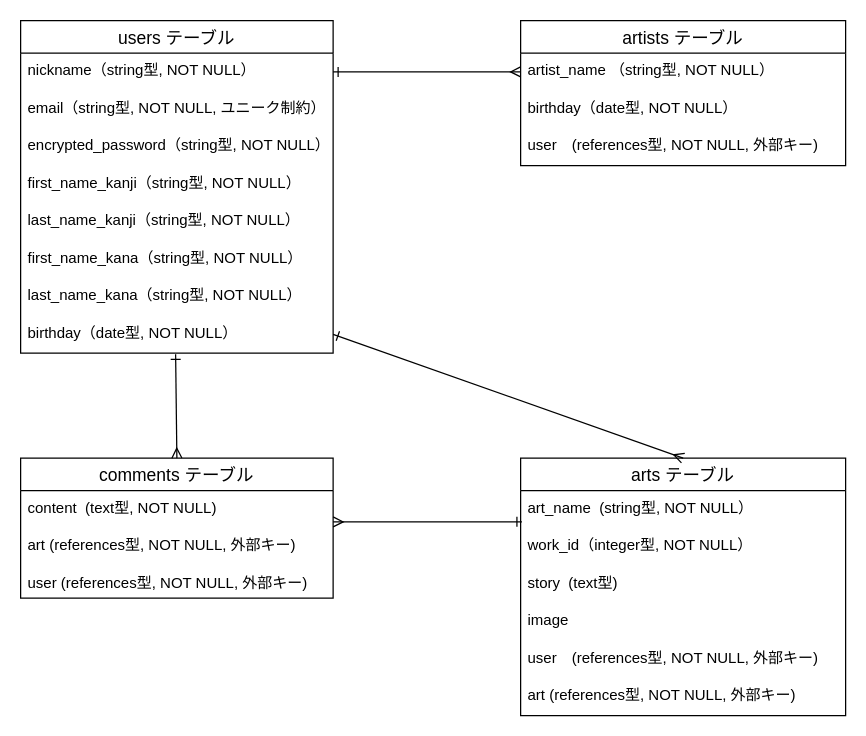
Above: test.dio in Tanaka925/original_app (draw.io), before the change. Source tidied: cells renumbered, new cells numbered last; positions are measured from the earlier drawing's top-left corner, leaving out a move shared by most shapes. Both pictures are drawn from the tidied source at 125%, with x=0, y=0 at pixel (20, 20).
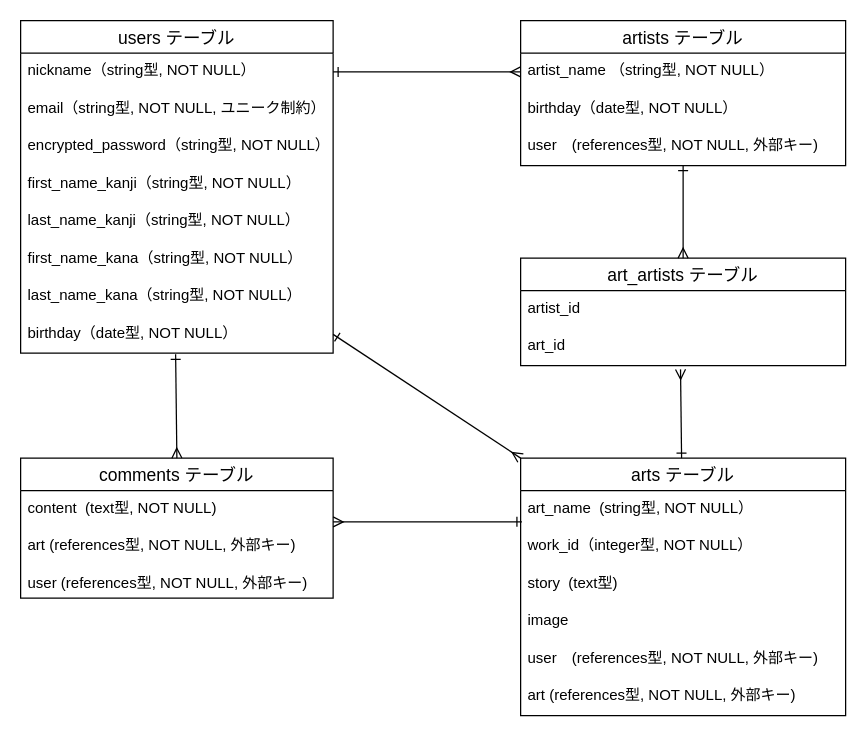
The same diagram, later.

Unchanged cells that the change refers to:
```xml
<mxCell id="10" value="birthday（date型, NOT NULL）" style="text;strokeColor=none;fillColor=none;spacingLeft=4;spacingRight=4;overflow=hidden;points=[[0,0.5],[1,0.5]];portConstraint=eastwest;fontSize=12;" parent="2" vertex="1">
  <mxGeometry y="236" width="250" height="30" as="geometry" />
</mxCell>
<mxCell id="16" value="arts テーブル" style="swimlane;fontStyle=0;horizontal=1;startSize=26;align=center;fontSize=14;" parent="1" vertex="1">
  <mxGeometry x="400" y="350" width="260" height="206" as="geometry" />
</mxCell>
<mxCell id="26" value="user　(references型, NOT NULL, 外部キー)" style="text;strokeColor=none;fillColor=none;spacingLeft=4;spacingRight=4;overflow=hidden;points=[[0,0.5],[1,0.5]];portConstraint=eastwest;fontSize=12;" parent="23" vertex="1">
  <mxGeometry y="86" width="260" height="30" as="geometry" />
</mxCell>
```

Change to the diagram source:
```diff
@@
-    <mxCell id="29" style="edgeStyle=none;html=1;startArrow=ERone;startFill=0;endArrow=ERmany;endFill=0;entryX=0.5;entryY=0;entryDx=0;entryDy=0;exitX=1;exitY=0.5;exitDx=0;exitDy=0;" parent="1" edge="1" source="10" target="16">
+    <mxCell id="29" style="edgeStyle=none;html=1;startArrow=ERone;startFill=0;endArrow=ERmany;endFill=0;entryX=0;entryY=0;entryDx=0;entryDy=0;exitX=1;exitY=0.5;exitDx=0;exitDy=0;" parent="1" edge="1" source="10" target="16">
       <mxGeometry relative="1" as="geometry" />
     </mxCell>
+    <mxCell id="30" value="art_artists テーブル" style="swimlane;fontStyle=0;horizontal=1;startSize=26;align=center;fontSize=14;" parent="1" vertex="1">
+      <mxGeometry x="400" y="190" width="260" height="86" as="geometry" />
+    </mxCell>
+    <mxCell id="31" value="artist_id" style="text;strokeColor=none;fillColor=none;spacingLeft=4;spacingRight=4;overflow=hidden;fontSize=12;" parent="30" vertex="1">
+      <mxGeometry y="26" width="260" height="30" as="geometry" />
+    </mxCell>
+    <mxCell id="32" value="art_id" style="text;strokeColor=none;fillColor=none;spacingLeft=4;spacingRight=4;overflow=hidden;points=[[0,0.5],[1,0.5]];portConstraint=eastwest;fontSize=12;" parent="30" vertex="1">
+      <mxGeometry y="56" width="260" height="30" as="geometry" />
+    </mxCell>
+    <mxCell id="33" style="edgeStyle=none;html=1;startArrow=ERone;startFill=0;endArrow=ERmany;endFill=0;entryX=0.492;entryY=1.1;entryDx=0;entryDy=0;entryPerimeter=0;" parent="1" edge="1" source="16" target="32">
+      <mxGeometry relative="1" as="geometry" />
+    </mxCell>
+    <mxCell id="34" style="edgeStyle=none;html=1;startArrow=ERone;startFill=0;endArrow=ERmany;endFill=0;entryX=0.5;entryY=0;entryDx=0;entryDy=0;" parent="1" edge="1" source="26" target="30">
+      <mxGeometry relative="1" as="geometry" />
+    </mxCell>
```
